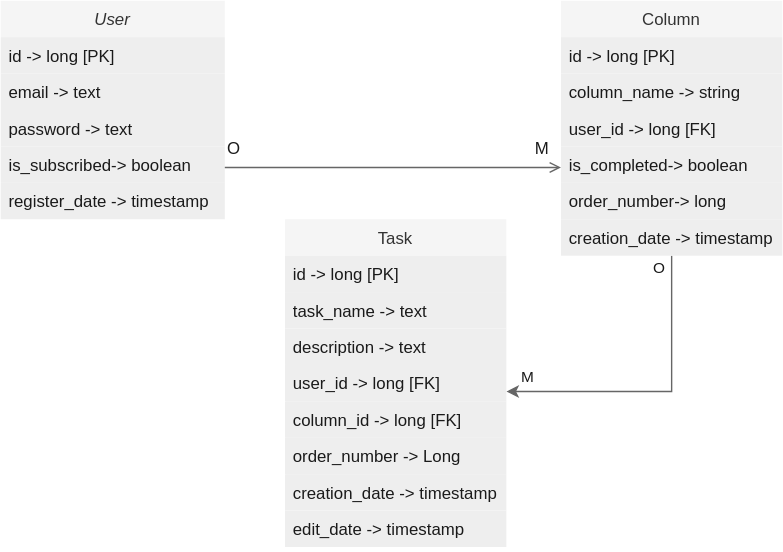
Before: assets/database-relations.svg, a diagram exported from draw.io (farneser/task-tracker-api). Source tidied: cells renumbered, new cells last; positions are measured from the earlier drawing's top-left corner, leaving out a move shared by most shapes.
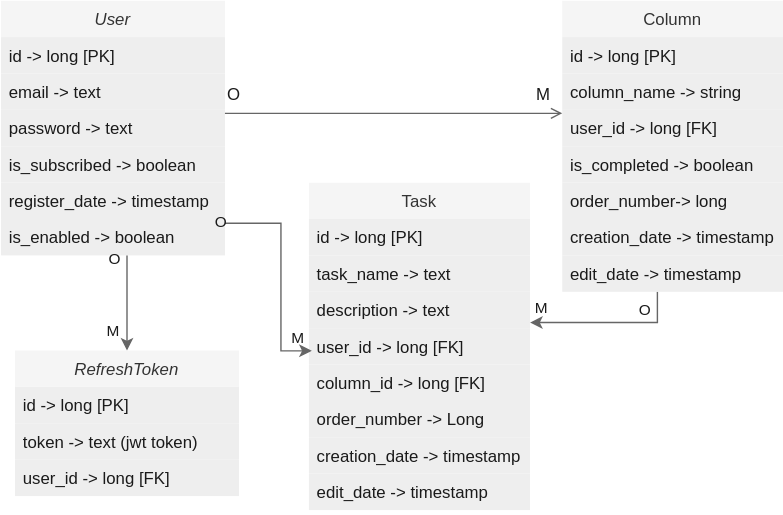
The same diagram one commit later.

Change to the diagram source:
```diff
@@ -3,7 +3,7 @@
     <mxCell id="0" />
     <mxCell id="1" parent="0" />
     <mxCell id="2" value="User" style="swimlane;fontStyle=2;align=center;verticalAlign=top;horizontal=1;startSize=26;rounded=0;shadow=0;strokeWidth=1;labelBackgroundColor=none;fillColor=#f5f5f5;strokeColor=none;fontColor=#333333;swimlaneFillColor=none;gradientColor=none;" parent="1" vertex="1">
-      <mxGeometry width="160" height="156" as="geometry" />
+      <mxGeometry x="10" y="-1" width="160" height="182" as="geometry" />
     </mxCell>
     <mxCell id="3" value="id -&gt; long [PK]" style="text;align=left;verticalAlign=top;spacingLeft=4;spacingRight=4;overflow=hidden;rounded=0;labelBackgroundColor=none;fillColor=#EEEEEE;strokeColor=none;fontColor=#1A1A1A;" parent="2" vertex="1">
       <mxGeometry y="26" width="160" height="26" as="geometry" />
@@ -14,16 +14,19 @@
     <mxCell id="5" value="password -&gt; text" style="text;align=left;verticalAlign=top;spacingLeft=4;spacingRight=4;overflow=hidden;rounded=0;shadow=0;html=0;labelBackgroundColor=none;fillColor=#EEEEEE;strokeColor=none;fontColor=#1A1A1A;" parent="2" vertex="1">
       <mxGeometry y="78" width="160" height="26" as="geometry" />
     </mxCell>
-    <mxCell id="6" value="is_subscribed-&gt; boolean" style="text;align=left;verticalAlign=top;spacingLeft=4;spacingRight=4;overflow=hidden;rounded=0;labelBackgroundColor=none;fillColor=#EEEEEE;strokeColor=none;fontColor=#1A1A1A;" parent="2" vertex="1">
+    <mxCell id="6" value="is_subscribed -&gt; boolean" style="text;align=left;verticalAlign=top;spacingLeft=4;spacingRight=4;overflow=hidden;rounded=0;labelBackgroundColor=none;fillColor=#EEEEEE;strokeColor=none;fontColor=#1A1A1A;" parent="2" vertex="1">
       <mxGeometry y="104" width="160" height="26" as="geometry" />
     </mxCell>
     <mxCell id="7" value="register_date -&gt; timestamp" style="text;align=left;verticalAlign=top;spacingLeft=4;spacingRight=4;overflow=hidden;rounded=0;shadow=0;html=0;labelBackgroundColor=none;fillColor=#EEEEEE;strokeColor=none;fontColor=#1A1A1A;" parent="2" vertex="1">
       <mxGeometry y="130" width="160" height="26" as="geometry" />
     </mxCell>
+    <mxCell id="30" value="is_enabled -&gt; boolean" style="text;align=left;verticalAlign=top;spacingLeft=4;spacingRight=4;overflow=hidden;rounded=0;labelBackgroundColor=none;fillColor=#EEEEEE;strokeColor=none;fontColor=#1A1A1A;" parent="2" vertex="1">
+      <mxGeometry y="156" width="160" height="26" as="geometry" />
+    </mxCell>
     <mxCell id="8" style="edgeStyle=orthogonalEdgeStyle;rounded=0;jettySize=auto;html=1;labelBackgroundColor=none;fontColor=default;strokeColor=#666666;fillColor=#f5f5f5;" parent="1" edge="1" source="11" target="21">
       <mxGeometry relative="1" as="geometry">
         <Array as="points">
-          <mxPoint x="479" y="279" />
+          <mxPoint x="479" y="229" />
         </Array>
       </mxGeometry>
     </mxCell>
@@ -34,11 +37,11 @@
     </mxCell>
     <mxCell id="10" value="O" style="edgeLabel;html=1;align=center;verticalAlign=middle;rounded=0;labelBackgroundColor=none;fontColor=#1A1A1A;" parent="8" vertex="1">
       <mxGeometry x="-0.92" y="1" relative="1" as="geometry">
-        <mxPoint x="-10" as="offset" />
+        <mxPoint x="-10" y="8" as="offset" />
       </mxGeometry>
     </mxCell>
     <mxCell id="11" value="Column" style="swimlane;fontStyle=0;align=center;verticalAlign=top;horizontal=1;startSize=26;rounded=0;shadow=0;strokeWidth=1;labelBackgroundColor=none;fillColor=#f5f5f5;strokeColor=none;fontColor=#333333;swimlaneFillColor=none;gradientColor=none;glass=0;swimlaneLine=1;" parent="1" vertex="1">
-      <mxGeometry x="400" width="158" height="182" as="geometry" />
+      <mxGeometry x="411" y="-1" width="158" height="208" as="geometry" />
     </mxCell>
     <mxCell id="12" value="id -&gt; long [PK]" style="text;align=left;verticalAlign=top;spacingLeft=4;spacingRight=4;overflow=hidden;rounded=0;labelBackgroundColor=none;fillColor=#EEEEEE;strokeColor=none;fontColor=#1A1A1A;" parent="11" vertex="1">
       <mxGeometry y="26" width="158" height="26" as="geometry" />
@@ -49,7 +52,7 @@
     <mxCell id="14" value="user_id -&gt; long [FK]" style="text;align=left;verticalAlign=top;spacingLeft=4;spacingRight=4;overflow=hidden;points=[[0,0.5],[1,0.5]];portConstraint=eastwest;rounded=0;shadow=0;html=0;labelBackgroundColor=none;fillColor=#EEEEEE;strokeColor=none;fontColor=#1A1A1A;" parent="11" vertex="1">
       <mxGeometry y="78" width="158" height="26" as="geometry" />
     </mxCell>
-    <mxCell id="15" value="is_completed-&gt; boolean" style="text;align=left;verticalAlign=top;spacingLeft=4;spacingRight=4;overflow=hidden;rounded=0;shadow=0;html=0;labelBackgroundColor=none;fillColor=#EEEEEE;strokeColor=none;fontColor=#1A1A1A;" parent="11" vertex="1">
+    <mxCell id="15" value="is_completed -&gt; boolean" style="text;align=left;verticalAlign=top;spacingLeft=4;spacingRight=4;overflow=hidden;rounded=0;shadow=0;html=0;labelBackgroundColor=none;fillColor=#EEEEEE;strokeColor=none;fontColor=#1A1A1A;" parent="11" vertex="1">
       <mxGeometry y="104" width="158" height="26" as="geometry" />
     </mxCell>
     <mxCell id="16" value="order_number-&gt; long" style="text;align=left;verticalAlign=top;spacingLeft=4;spacingRight=4;overflow=hidden;rounded=0;shadow=0;html=0;labelBackgroundColor=none;fillColor=#EEEEEE;strokeColor=none;fontColor=#1A1A1A;" parent="11" vertex="1">
@@ -58,11 +61,15 @@
     <mxCell id="17" value="creation_date -&gt; timestamp" style="text;align=left;verticalAlign=top;spacingLeft=4;spacingRight=4;overflow=hidden;rounded=0;shadow=0;html=0;labelBackgroundColor=none;fillColor=#EEEEEE;strokeColor=none;fontColor=#1A1A1A;" parent="11" vertex="1">
       <mxGeometry y="156" width="158" height="26" as="geometry" />
     </mxCell>
+    <mxCell id="31" value="edit_date -&gt; timestamp" style="text;align=left;verticalAlign=top;spacingLeft=4;spacingRight=4;overflow=hidden;rounded=0;shadow=0;html=0;labelBackgroundColor=none;fillColor=#EEEEEE;strokeColor=none;fontColor=#1A1A1A;" parent="11" vertex="1">
+      <mxGeometry y="182" width="158" height="26" as="geometry" />
+    </mxCell>
-    <mxCell id="18" style="endArrow=open;shadow=0;strokeWidth=1;rounded=0;endFill=1;edgeStyle=elbowEdgeStyle;elbow=vertical;labelBackgroundColor=none;fontColor=default;strokeColor=#666666;fillColor=#f5f5f5;" parent="1" edge="1" source="2" target="11">
+    <mxCell id="18" style="endArrow=open;shadow=0;strokeWidth=1;rounded=0;endFill=1;edgeStyle=elbowEdgeStyle;elbow=vertical;labelBackgroundColor=none;fontColor=default;strokeColor=#666666;fillColor=#f5f5f5;" parent="1" edge="1" source="2" target="14">
       <mxGeometry x="0.5" y="41" relative="1" as="geometry">
         <Array as="points">
-          <mxPoint x="230" y="119" />
-          <mxPoint x="450" y="129" />
+          <mxPoint x="380" y="79.5" />
+          <mxPoint x="230" y="39.5" />
+          <mxPoint x="450" y="129.5" />
         </Array>
         <mxPoint x="-40" y="32" as="offset" />
       </mxGeometry>
@@ -78,7 +85,7 @@
       </mxGeometry>
     </mxCell>
     <mxCell id="21" value="Task" style="swimlane;fontStyle=0;align=center;verticalAlign=top;horizontal=1;startSize=26;rounded=0;shadow=0;strokeWidth=1;labelBackgroundColor=none;fillColor=#f5f5f5;strokeColor=none;fontColor=#333333;swimlaneFillColor=none;gradientColor=none;" parent="1" vertex="1">
-      <mxGeometry x="203" y="156" width="158" height="234" as="geometry" />
+      <mxGeometry x="230" y="129" width="158" height="234" as="geometry" />
     </mxCell>
     <mxCell id="22" value="id -&gt; long [PK]" style="text;align=left;verticalAlign=top;spacingLeft=4;spacingRight=4;overflow=hidden;rounded=0;labelBackgroundColor=none;fillColor=#EEEEEE;strokeColor=none;fontColor=#1A1A1A;" parent="21" vertex="1">
       <mxGeometry y="26" width="158" height="26" as="geometry" />
@@ -104,5 +111,56 @@
     <mxCell id="29" value="edit_date -&gt; timestamp" style="text;align=left;verticalAlign=top;spacingLeft=4;spacingRight=4;overflow=hidden;rounded=0;shadow=0;html=0;labelBackgroundColor=none;fillColor=#EEEEEE;strokeColor=none;fontColor=#1A1A1A;" parent="21" vertex="1">
       <mxGeometry y="208" width="158" height="26" as="geometry" />
     </mxCell>
+    <mxCell id="32" style="edgeStyle=orthogonalEdgeStyle;rounded=0;jettySize=auto;html=1;labelBackgroundColor=none;fontColor=default;strokeColor=#666666;fillColor=#f5f5f5;entryX=0.013;entryY=0.623;entryDx=0;entryDy=0;entryPerimeter=0;" parent="1" edge="1" source="2" target="25">
+      <mxGeometry relative="1" as="geometry">
+        <Array as="points">
+          <mxPoint x="210" y="158" />
+          <mxPoint x="210" y="249" />
+        </Array>
+      </mxGeometry>
+    </mxCell>
+    <mxCell id="33" value="M" style="edgeLabel;html=1;align=center;verticalAlign=middle;rounded=0;labelBackgroundColor=none;fontColor=#1A1A1A;" parent="32" vertex="1">
+      <mxGeometry x="0.86" relative="1" as="geometry">
+        <mxPoint y="-10" as="offset" />
+      </mxGeometry>
+    </mxCell>
+    <mxCell id="34" value="O" style="edgeLabel;html=1;align=center;verticalAlign=middle;rounded=0;labelBackgroundColor=none;fontColor=#1A1A1A;" parent="32" vertex="1">
+      <mxGeometry x="-0.92" y="1" relative="1" as="geometry">
+        <mxPoint x="-10" as="offset" />
+      </mxGeometry>
+    </mxCell>
+    <mxCell id="35" value="&amp;nbsp;" style="text;whiteSpace=wrap;html=1;fontSize=20;fontFamily=Architects Daughter;" parent="1" vertex="1">
+      <mxGeometry x="470" y="59" width="40" height="50" as="geometry" />
+    </mxCell>
+    <mxCell id="36" value="RefreshToken" style="swimlane;fontStyle=2;align=center;verticalAlign=top;horizontal=1;startSize=26;rounded=0;shadow=0;strokeWidth=1;labelBackgroundColor=none;fillColor=#f5f5f5;strokeColor=none;fontColor=#333333;swimlaneFillColor=none;gradientColor=none;" parent="1" vertex="1">
+      <mxGeometry x="20" y="249" width="160" height="104" as="geometry" />
+    </mxCell>
+    <mxCell id="37" value="id -&gt; long [PK]" style="text;align=left;verticalAlign=top;spacingLeft=4;spacingRight=4;overflow=hidden;rounded=0;labelBackgroundColor=none;fillColor=#EEEEEE;strokeColor=none;fontColor=#1A1A1A;" parent="36" vertex="1">
+      <mxGeometry y="26" width="160" height="26" as="geometry" />
+    </mxCell>
+    <mxCell id="38" value="token -&gt; text (jwt token)" style="text;align=left;verticalAlign=top;spacingLeft=4;spacingRight=4;overflow=hidden;rounded=0;labelBackgroundColor=none;fillColor=#EEEEEE;strokeColor=none;fontColor=#1A1A1A;" parent="36" vertex="1">
+      <mxGeometry y="52" width="160" height="26" as="geometry" />
+    </mxCell>
+    <mxCell id="39" value="user_id -&gt; long [FK]" style="text;align=left;verticalAlign=top;spacingLeft=4;spacingRight=4;overflow=hidden;rounded=0;shadow=0;html=0;labelBackgroundColor=none;fillColor=#EEEEEE;strokeColor=none;fontColor=#1A1A1A;" parent="36" vertex="1">
+      <mxGeometry y="78" width="160" height="26" as="geometry" />
+    </mxCell>
+    <mxCell id="40" style="edgeStyle=orthogonalEdgeStyle;rounded=0;jettySize=auto;html=1;labelBackgroundColor=none;fontColor=default;strokeColor=#666666;fillColor=#f5f5f5;" parent="1" edge="1" source="2" target="36">
+      <mxGeometry relative="1" as="geometry">
+        <Array as="points">
+          <mxPoint x="100" y="199" />
+          <mxPoint x="100" y="199" />
+        </Array>
+      </mxGeometry>
+    </mxCell>
+    <mxCell id="41" value="M" style="edgeLabel;html=1;align=center;verticalAlign=middle;rounded=0;labelBackgroundColor=none;fontColor=#1A1A1A;" parent="40" vertex="1">
+      <mxGeometry x="0.86" relative="1" as="geometry">
+        <mxPoint x="-10" y="-10" as="offset" />
+      </mxGeometry>
+    </mxCell>
+    <mxCell id="42" value="O" style="edgeLabel;html=1;align=center;verticalAlign=middle;rounded=0;labelBackgroundColor=none;fontColor=#1A1A1A;" parent="40" vertex="1">
+      <mxGeometry x="-0.92" y="1" relative="1" as="geometry">
+        <mxPoint x="-10" as="offset" />
+      </mxGeometry>
+    </mxCell>
   </root>
 </mxGraphModel>
```
